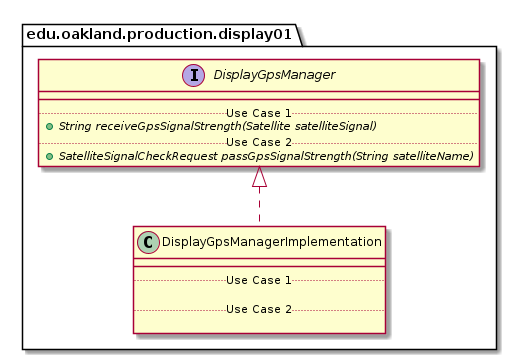
This is docs/uml-class-diagrams/display01/production/DisplayGpsManagerImplementation/DisplayGpsManagerImplementation_DirectDependencies.png from elilley15/csi-3370-software-project, a PlantUML export, as it was before one commit.
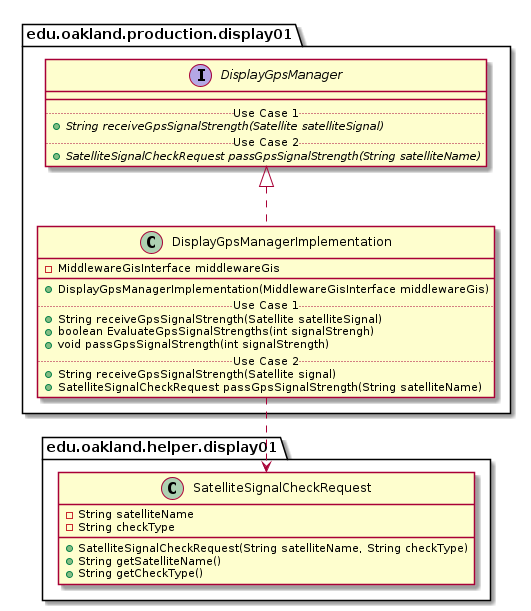
Above is the later version.

Change to the diagram source:
```diff
@@ -2,12 +2,17 @@
 
 
 package edu.oakland.production.display01 {
-    class DisplayGpsManagerImplementation {
-        __
-        .. Use Case 1 ..
-
-        .. Use Case 2 ..
-
+  class DisplayGpsManagerImplementation {
+    - MiddlewareGisInterface middlewareGis
+   __
+    + DisplayGpsManagerImplementation(MiddlewareGisInterface middlewareGis)
+    .. Use Case 1 ..
+    + String receiveGpsSignalStrength(Satellite satelliteSignal)
+    + boolean EvaluateGpsSignalStrengths(int signalStrengh)
+    + void passGpsSignalStrength(int signalStrength)
+    .. Use Case 2 ..
+    + String receiveGpsSignalStrength(Satellite signal)
+    + SatelliteSignalCheckRequest passGpsSignalStrength(String satelliteName)
     }
 }
 
@@ -26,6 +31,17 @@
 DisplayGpsManagerImplementation .up.|> DisplayGpsManager
 
 
+package edu.oakland.helper.display01 {
+    class SatelliteSignalCheckRequest {
+        - String satelliteName
+        - String checkType
+        + SatelliteSignalCheckRequest(String satelliteName, String checkType)
+        + String getSatelliteName()
+        + String getCheckType()
+    }
+}
+
+DisplayGpsManagerImplementation ..> SatelliteSignalCheckRequest
 
 
 
```
